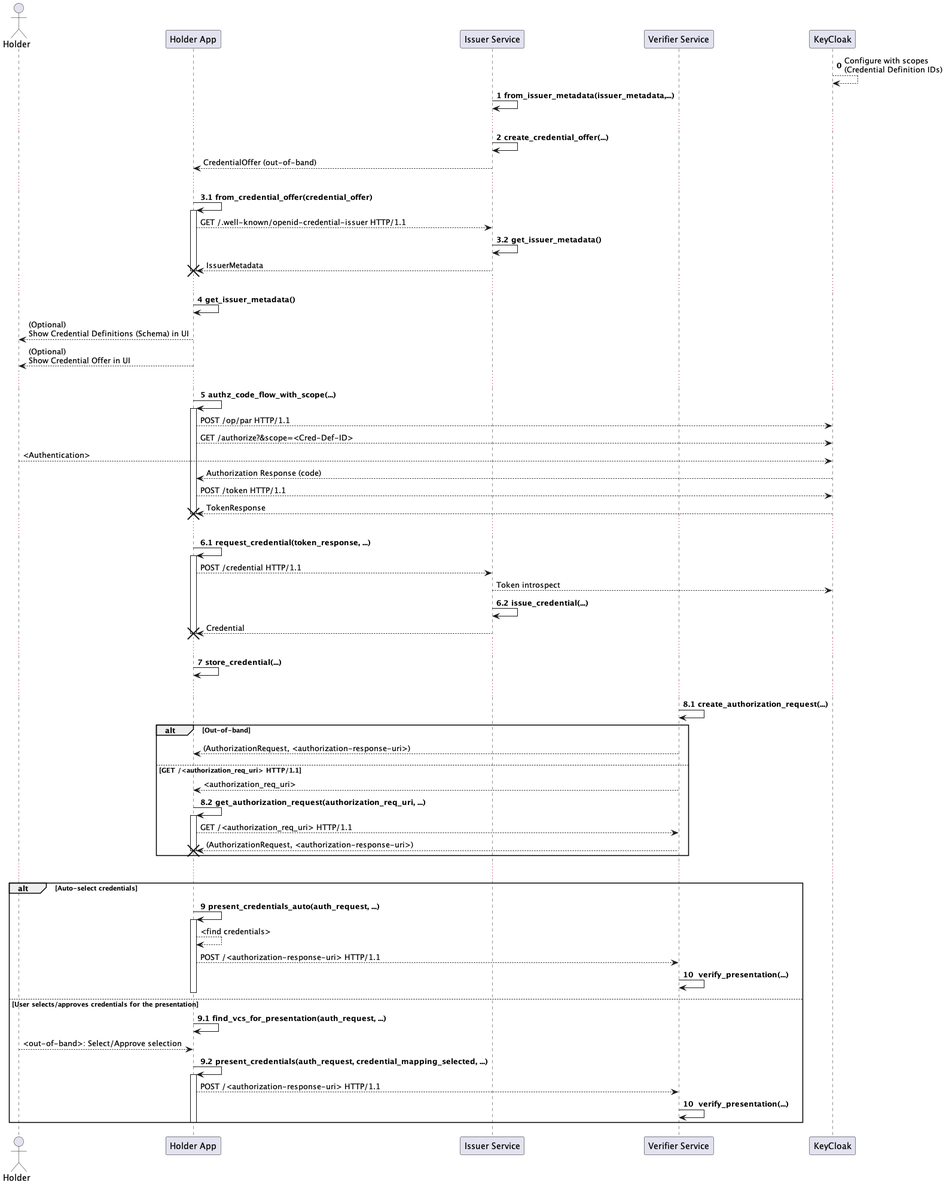
The PlantUML diagram docs/vc-oid4vc-api-auth-code-full.png in equs-ai/equs-credentials-sdk, before a commit. Its diagram source:
```plantuml
@startuml
!pragma teoz true

autonumber

actor "Holder" as HH
participant "Holder App" as H
participant "Issuer Service" as I
participant "Verifier Service" as V
participant "KeyCloak" as A

autonumber 0
A --> A: Configure with scopes\n(Credential Definition IDs)

autonumber 1
I -> I: <b>from_issuer_metadata(issuer_metadata,...)

...

autonumber 2
I -> I: <b>create_credential_offer(...)
autonumber stop
I --> H: CredentialOffer (out-of-band)
...

autonumber 3.1
H -> H++: <b>from_credential_offer(credential_offer)
autonumber stop
H --> I: GET /.well-known/openid-credential-issuer HTTP/1.1
autonumber 3.2
I -> I: <b>get_issuer_metadata()
autonumber stop
I --> H: IssuerMetadata
destroy H
...

autonumber 4
H -> H: <b>get_issuer_metadata()
autonumber stop
H --> HH: (Optional)\nShow Credential Definitions (Schema) in UI
H --> HH: (Optional)\nShow Credential Offer in UI
...

autonumber 5
H -> H++: <b>authz_code_flow_with_scope(...)
autonumber stop
H --> A: POST /op/par HTTP/1.1
H --> A: GET /authorize?&scope=<Cred-Def-ID>
HH --> A: <Authentication>
A --> H: Authorization Response (code)
H --> A: POST /token HTTP/1.1
A --> H: TokenResponse
destroy H
...

autonumber 6.1
H -> H++: <b>request_credential(token_response, ...)
autonumber stop
H --> I: POST /credential HTTP/1.1
I --> A: Token introspect
autonumber 6.2
I -> I: <b>issue_credential(...)
autonumber stop
I --> H: Credential
destroy H
...

autonumber 7
H -> H: <b>store_credential(...)
...

autonumber 8.1
V -> V: <b>create_authorization_request(...)
autonumber stop

alt Out-of-band
V --> H: (AuthorizationRequest, <authorization-response-uri>)
else GET /<authorization_req_uri> HTTP/1.1
V --> H: <authorization_req_uri>
autonumber 8.2
H -> H++: <b>get_authorization_request(authorization_req_uri, ...)
autonumber stop
H --> V: GET /<authorization_req_uri> HTTP/1.1
V --> H: (AuthorizationRequest, <authorization-response-uri>)
destroy H
end
...


alt Auto-select credentials
autonumber 9
H -> H++: <b>present_credentials_auto(auth_request, ...)
autonumber stop
H --> H: <find credentials>
H --> V:  POST /<authorization-response-uri> HTTP/1.1
autonumber 10
V -> V: <b> verify_presentation(...)
destroy  H

else User selects/approves credentials for the presentation
autonumber 9.1
H -> H: <b>find_vcs_for_presentation(auth_request, ...)
autonumber stop
HH --> H: <out-of-band>: Select/Approve selection
autonumber 9.2
H -> H++: <b>present_credentials(auth_request, credential_mapping_selected, ...)
autonumber stop
H --> V:  POST /<authorization-response-uri> HTTP/1.1
autonumber 10
V -> V: <b> verify_presentation(...)
destroy  H
end


@enduml
```
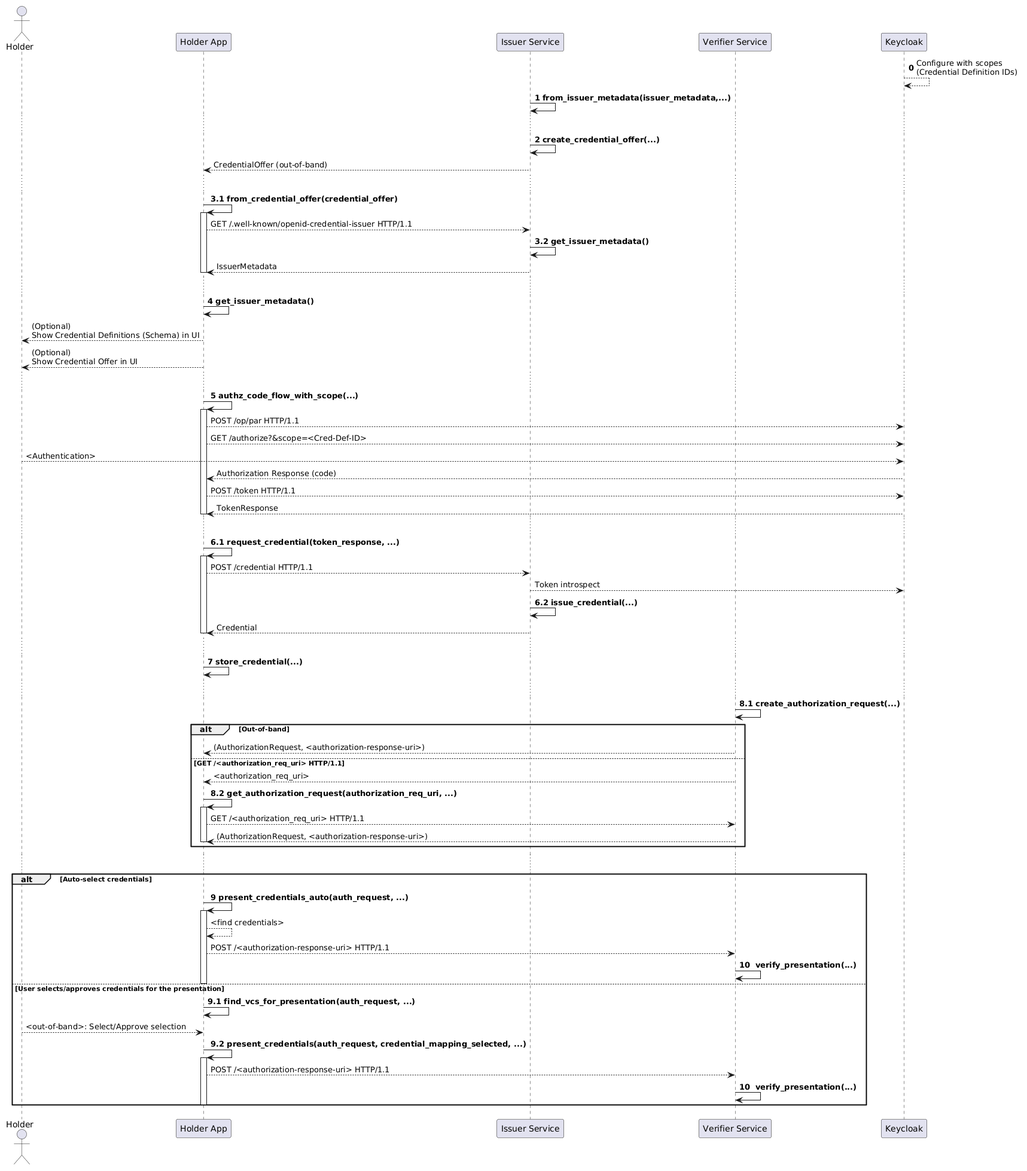
After the commit.

Change to the diagram source:
```diff
@@ -7,7 +7,7 @@
 participant "Holder App" as H
 participant "Issuer Service" as I
 participant "Verifier Service" as V
-participant "KeyCloak" as A
+participant "Keycloak" as A
 
 autonumber 0
 A --> A: Configure with scopes\n(Credential Definition IDs)
@@ -31,7 +31,7 @@
 I -> I: <b>get_issuer_metadata()
 autonumber stop
 I --> H: IssuerMetadata
-destroy H
+deactivate H
 ...
 
 autonumber 4
@@ -50,7 +50,7 @@
 A --> H: Authorization Response (code)
 H --> A: POST /token HTTP/1.1
 A --> H: TokenResponse
-destroy H
+deactivate H
 ...
 
 autonumber 6.1
@@ -62,7 +62,7 @@
 I -> I: <b>issue_credential(...)
 autonumber stop
 I --> H: Credential
-destroy H
+deactivate H
 ...
 
 autonumber 7
@@ -82,7 +82,7 @@
 autonumber stop
 H --> V: GET /<authorization_req_uri> HTTP/1.1
 V --> H: (AuthorizationRequest, <authorization-response-uri>)
-destroy H
+deactivate H
 end
 ...
 
@@ -95,7 +95,7 @@
 H --> V:  POST /<authorization-response-uri> HTTP/1.1
 autonumber 10
 V -> V: <b> verify_presentation(...)
-destroy  H
+deactivate H
 
 else User selects/approves credentials for the presentation
 autonumber 9.1
@@ -108,7 +108,7 @@
 H --> V:  POST /<authorization-response-uri> HTTP/1.1
 autonumber 10
 V -> V: <b> verify_presentation(...)
-destroy  H
+deactivate H
 end
 
 
```
